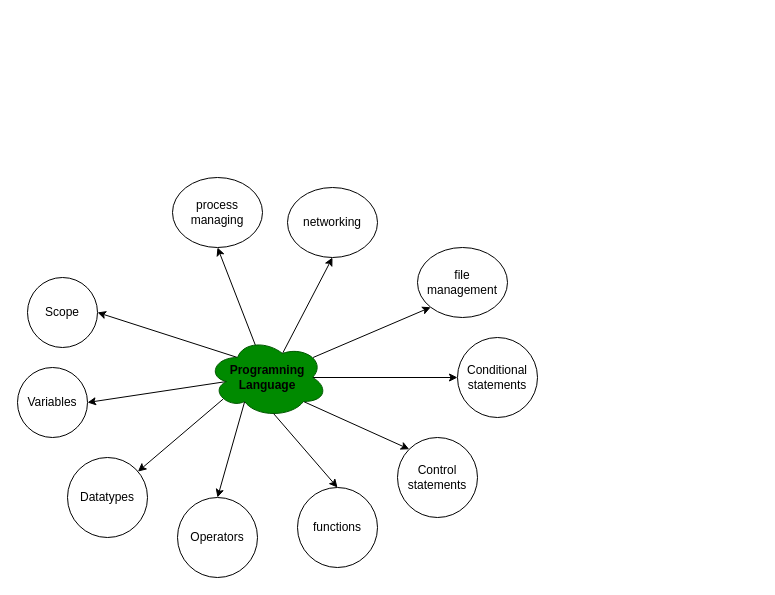
knkrn5/Programming-Concepts keeps this draw.io diagram as ⭐programming-langs/pl.dio. Above is the earlier version. Source tidied: cells renumbered, new cells numbered last; positions are measured from the earlier drawing's top-left corner, leaving out a move shared by most shapes. Both pictures are drawn from the tidied source at 100%, with x=0, y=0 at pixel (17, 177).
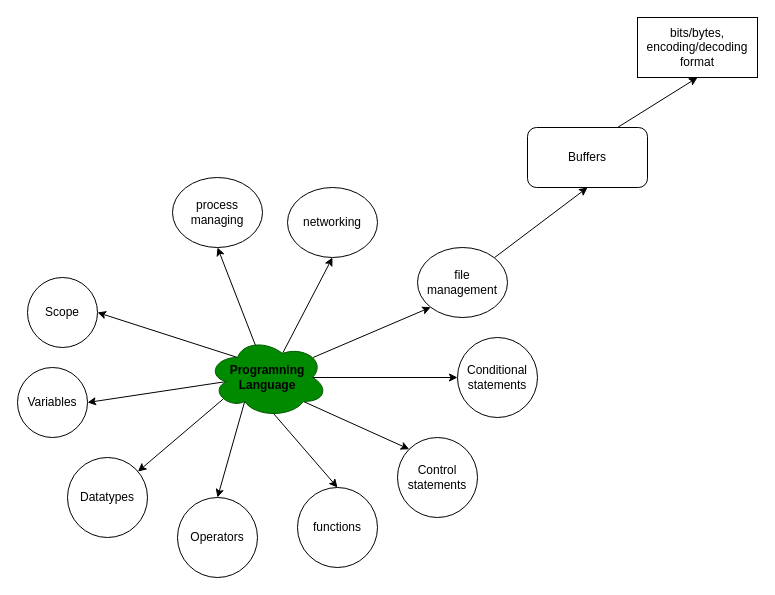
Above is the later version.

Commit message (it also covers changes not shown here):
Add new nodes and edges to the diagram for file management and buffers

- Updated mxGraphModel dimensions for better layout
- Added "Buffers" node with a description
- Introduced edges connecting "file management" to "Buffers" and "Buffers" to its encoding/decoding format

Unchanged cells that the change refers to:
```xml
<mxCell id="18" value="file&lt;div&gt;management&lt;/div&gt;" style="ellipse;whiteSpace=wrap;html=1;" parent="1" vertex="1">
  <mxGeometry x="400" y="70" width="90" height="70" as="geometry" />
</mxCell>
```

What changed in the source:
```diff
@@
+    <mxCell id="23" style="edgeStyle=none;html=1;exitX=1;exitY=0;exitDx=0;exitDy=0;entryX=0.5;entryY=1;entryDx=0;entryDy=0;" parent="1" edge="1" source="18" target="24">
+      <mxGeometry relative="1" as="geometry" />
+    </mxCell>
@@
+    <mxCell id="24" value="Buffers" style="rounded=1;whiteSpace=wrap;html=1;" parent="1" vertex="1">
+      <mxGeometry x="510" y="-50" width="120" height="60" as="geometry" />
+    </mxCell>
+    <mxCell id="25" value="bits/bytes, encoding/decoding format" style="whiteSpace=wrap;html=1;" parent="1" vertex="1">
+      <mxGeometry x="620" y="-160" width="120" height="60" as="geometry" />
+    </mxCell>
+    <mxCell id="26" style="edgeStyle=none;html=1;exitX=0.75;exitY=0;exitDx=0;exitDy=0;entryX=0.5;entryY=1;entryDx=0;entryDy=0;" parent="1" edge="1" source="24" target="25">
+      <mxGeometry relative="1" as="geometry" />
+    </mxCell>
```
